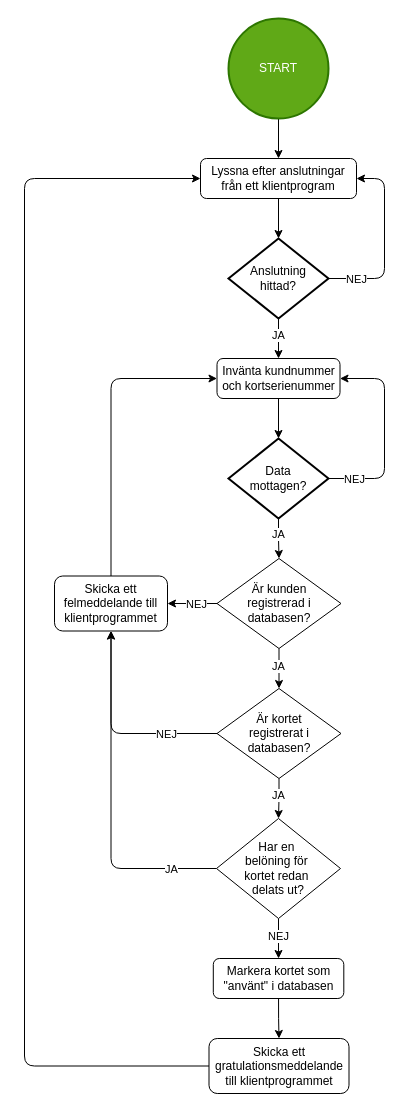
This is flowchart planering.drawio from JakeBow/shopping-list, a draw.io file, before an edit. Source tidied: cells renumbered, new cells numbered last; positions are measured from the earlier drawing's top-left corner, leaving out a move shared by most shapes. Both pictures are drawn from the tidied source at 100%, with x=0, y=0 at pixel (24, 18).
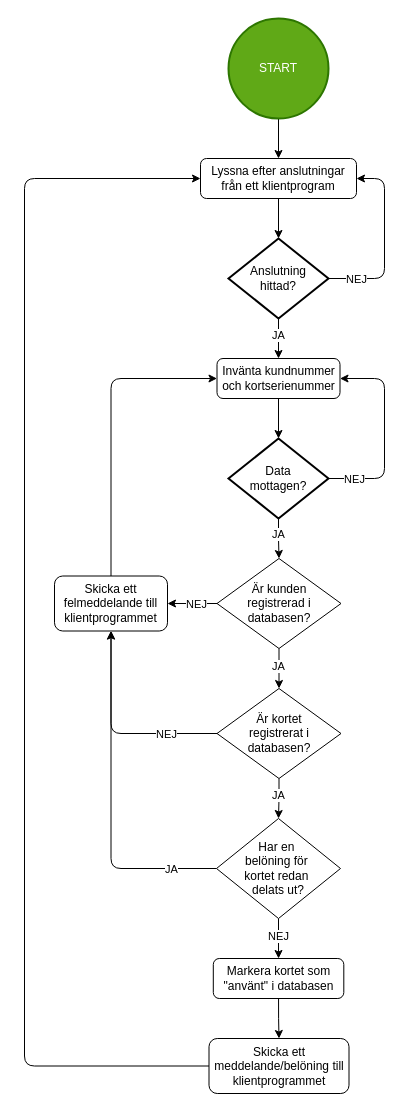
After the change.

Change to the diagram source:
```diff
@@
-    <mxCell id="33" value="Skicka ett gratulationsmeddelande till klientprogrammet" style="rounded=1;whiteSpace=wrap;html=1;fontSize=12;glass=0;strokeWidth=1;shadow=0;" parent="1" vertex="1">
+    <mxCell id="33" value="Skicka ett meddelande/belöning till klientprogrammet" style="rounded=1;whiteSpace=wrap;html=1;fontSize=12;glass=0;strokeWidth=1;shadow=0;" parent="1" vertex="1">
       <mxGeometry x="184.5" y="1020" width="140" height="55" as="geometry" />
     </mxCell>
```
